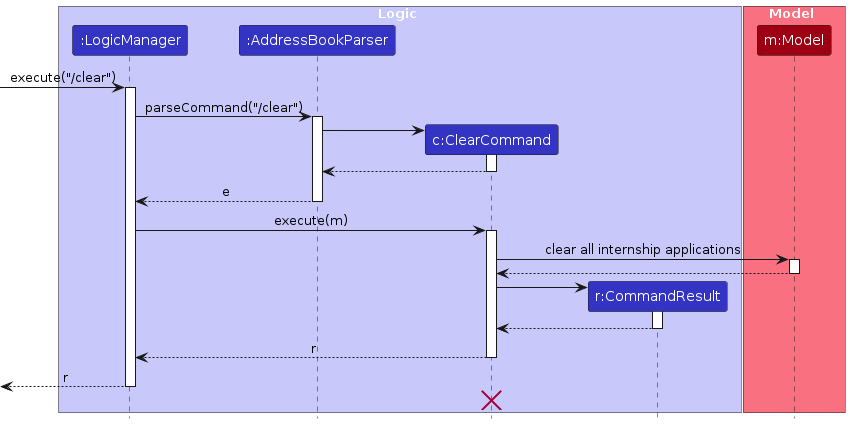
Above: diagrams/ClearSequenceDiagram.png in woke02/tp (PlantUML), before the change. Its source is kept beside it as diagrams/ClearSequenceDiagram.puml.
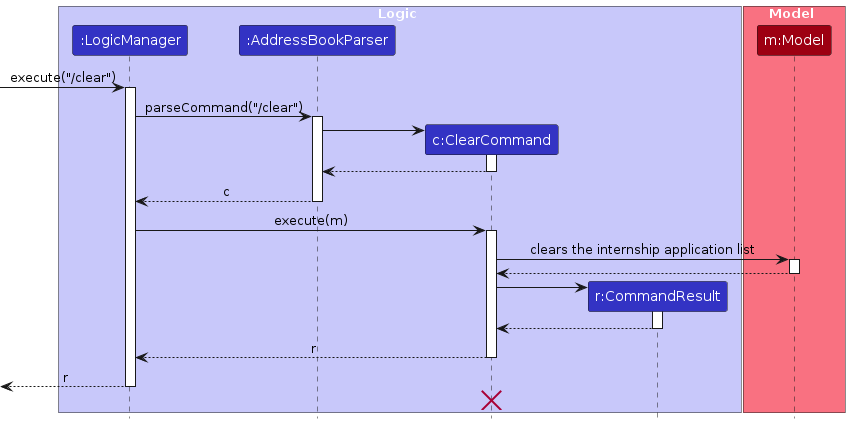
After the commit.

What changed in the source:
```diff
@@ -26,13 +26,13 @@
 ClearCommand --> AddressBookParser :
 deactivate ClearCommand
 
-AddressBookParser --> LogicManager : e
+AddressBookParser --> LogicManager : c
 deactivate AddressBookParser
 
 LogicManager -> ClearCommand : execute(m)
 activate ClearCommand
 
-ClearCommand -> Model : clear all internship applications
+ClearCommand -> Model : clears the internship application list
 activate Model
 
 Model --> ClearCommand
```
